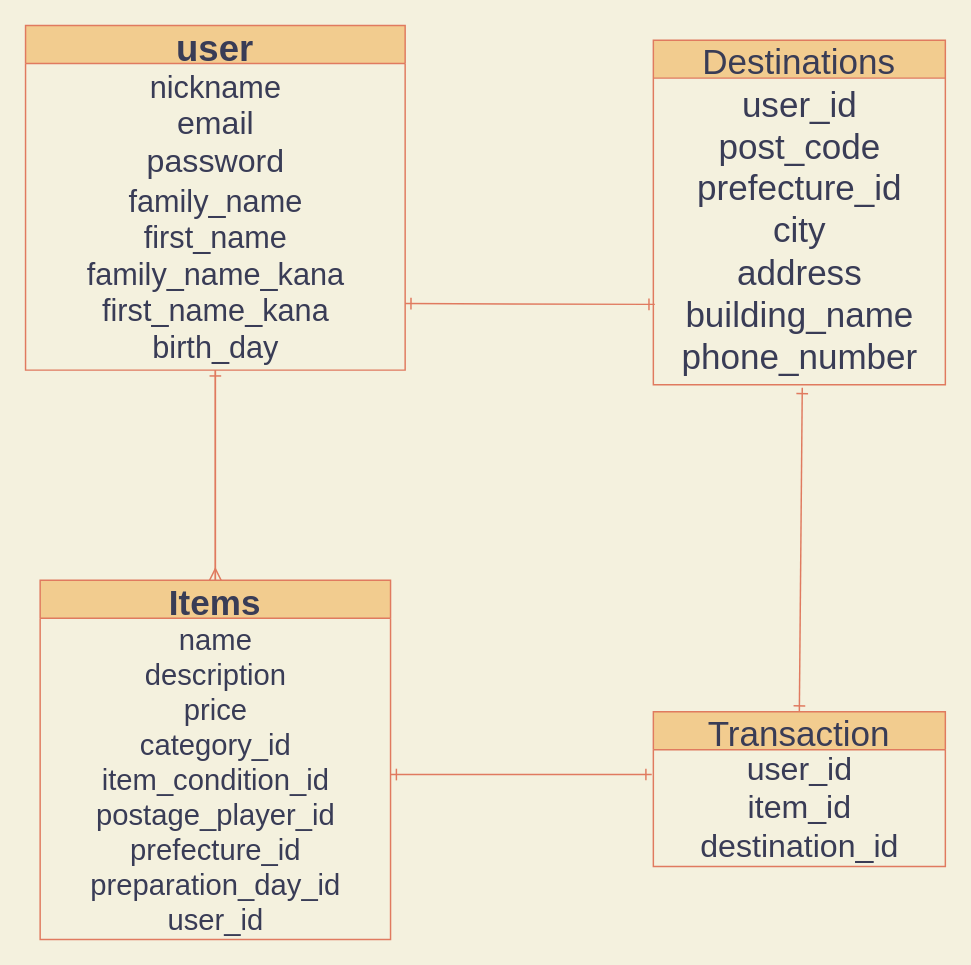
The draw.io diagram sample.dio in Ao-Ruki/furima-29378, before the edit. Source tidied: cells renumbered, new cells numbered last; positions are measured from the earlier drawing's top-left corner, leaving out a move shared by most shapes. Both pictures are drawn from the tidied source at 146%, with x=0, y=0 at pixel (25, 25).
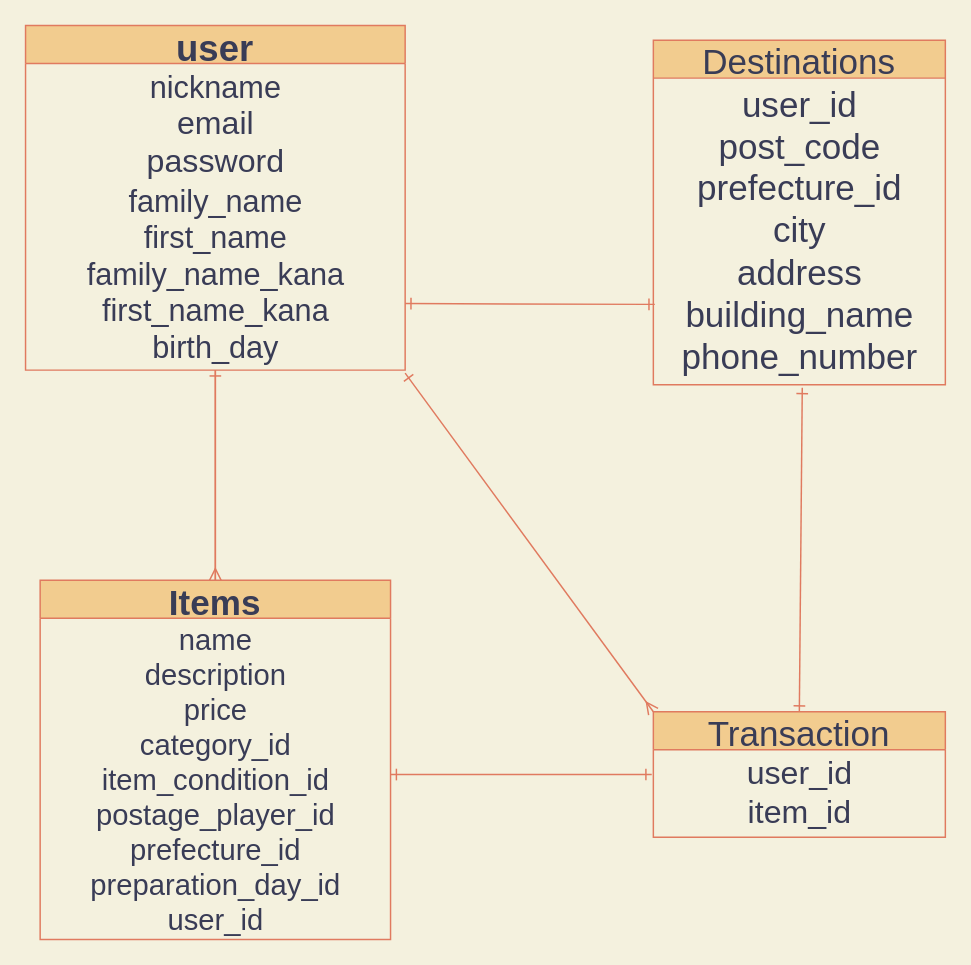
Above is the later version.

Commit message (it also covers changes not shown here):
ER図、README、テーブル修正3

What changed in the source:
```diff
@@
 <mxGraphModel background="#F4F1DE">
   <root>
     <mxCell id="0" />
     <mxCell id="1" parent="0" />
     <mxCell id="2" style="edgeStyle=orthogonalEdgeStyle;rounded=0;jettySize=auto;html=1;fontSize=24;endArrow=ERmany;endFill=0;entryX=0.5;entryY=0;entryDx=0;entryDy=0;labelBackgroundColor=#F4F1DE;strokeColor=#E07A5F;fontColor=#393C56;" parent="1" edge="1" source="3" target="6">
       <mxGeometry relative="1" as="geometry" />
     </mxCell>
     <mxCell id="3" value="user" style="swimlane;fontStyle=1;horizontal=1;startSize=26;align=center;fontSize=25;html=0;fillColor=#F2CC8F;strokeColor=#E07A5F;fontColor=#393C56;" parent="1" vertex="1">
       <mxGeometry width="260" height="236" as="geometry" />
     </mxCell>
     <mxCell id="4" value="nickname&lt;font&gt;&lt;br&gt;&lt;span style=&quot;font-size: 22px&quot;&gt;email&lt;/span&gt;&lt;font size=&quot;1&quot;&gt;&lt;br&gt;&lt;/font&gt;&lt;/font&gt;&lt;font style=&quot;font-size: 22px&quot;&gt;password&lt;/font&gt;&lt;br&gt;family_name&lt;br&gt;first_name&lt;br&gt;family_name_kana&lt;br&gt;first_name_kana&lt;br&gt;birth_day" style="text;html=1;align=center;verticalAlign=middle;points=[];fontSize=21;fontColor=#393C56;" parent="3" vertex="1">
       <mxGeometry y="26" width="260" height="210" as="geometry" />
     </mxCell>
     <mxCell id="5" style="edgeStyle=orthogonalEdgeStyle;rounded=0;jettySize=auto;html=1;exitX=0.5;exitY=0;exitDx=0;exitDy=0;entryX=0.5;entryY=1;entryDx=0;entryDy=0;entryPerimeter=0;endArrow=ERone;endFill=0;fontSize=24;labelBackgroundColor=#F4F1DE;strokeColor=#E07A5F;fontColor=#393C56;" parent="1" edge="1" source="6" target="4">
       <mxGeometry relative="1" as="geometry" />
     </mxCell>
     <mxCell id="6" value="Items" style="swimlane;fontStyle=1;horizontal=1;startSize=26;align=center;fontSize=24;html=0;fillColor=#F2CC8F;strokeColor=#E07A5F;fontColor=#393C56;" parent="1" vertex="1">
       <mxGeometry x="10" y="380" width="240" height="246" as="geometry" />
     </mxCell>
     <mxCell id="7" value="name&lt;br&gt;description&lt;br&gt;price&lt;br&gt;category_id&lt;br&gt;item_condition_id&lt;br&gt;postage_player_id&lt;br&gt;prefecture_id&lt;br&gt;preparation_day_id&lt;br&gt;user_id" style="text;html=1;align=center;verticalAlign=middle;fontSize=20;fontColor=#393C56;" parent="6" vertex="1">
       <mxGeometry y="26" width="240" height="220" as="geometry" />
     </mxCell>
     <mxCell id="8" style="endArrow=ERone;html=1;rounded=0;fontSize=24;endFill=0;labelBackgroundColor=#F4F1DE;strokeColor=#E07A5F;fontColor=#393C56;" parent="1" edge="1">
       <mxGeometry relative="1" as="geometry">
         <mxPoint x="260" y="160" as="sourcePoint" />
         <mxPoint x="260" y="160" as="targetPoint" />
       </mxGeometry>
     </mxCell>
     <mxCell id="9" style="fontSize=12;html=1;endArrow=ERone;startArrow=ERone;endFill=0;startFill=0;exitX=1;exitY=0.783;exitDx=0;exitDy=0;exitPerimeter=0;jumpStyle=none;jumpSize=8;targetPerimeterSpacing=2;sourcePerimeterSpacing=2;sketch=0;shadow=0;entryX=0.005;entryY=0.738;entryDx=0;entryDy=0;entryPerimeter=0;labelBackgroundColor=#F4F1DE;strokeColor=#E07A5F;fontColor=#393C56;" parent="1" edge="1" source="4" target="14">
       <mxGeometry relative="1" as="geometry" />
     </mxCell>
     <mxCell id="10" style="edgeStyle=entityRelationEdgeStyle;fontSize=12;html=1;endArrow=ERone;endFill=0;startArrow=ERone;startFill=0;entryX=-0.006;entryY=0.386;entryDx=0;entryDy=0;entryPerimeter=0;labelBackgroundColor=#F4F1DE;strokeColor=#E07A5F;fontColor=#393C56;" parent="1" edge="1">
       <mxGeometry relative="1" as="geometry">
         <mxPoint x="250" y="513" as="sourcePoint" />
         <mxPoint x="428.9" y="513" as="targetPoint" />
       </mxGeometry>
     </mxCell>
     <mxCell id="11" value="Transaction" style="swimlane;fontStyle=0;horizontal=1;startSize=26;align=center;fontSize=24;rounded=0;sketch=0;fillColor=#F2CC8F;strokeColor=#E07A5F;fontColor=#393C56;" parent="1" vertex="1">
-      <mxGeometry x="430" y="470" width="200" height="106" as="geometry" />
+      <mxGeometry x="430" y="470" width="200" height="86" as="geometry" />
     </mxCell>
-    <mxCell id="12" value="user_id&lt;br&gt;item_id&lt;br&gt;destination_id" style="text;html=1;align=center;verticalAlign=middle;fontSize=22;fontColor=#393C56;" parent="11" vertex="1">
-      <mxGeometry y="26" width="200" height="80" as="geometry" />
+    <mxCell id="12" value="user_id&lt;br&gt;item_id" style="text;html=1;align=center;verticalAlign=middle;fontSize=22;fontColor=#393C56;" parent="11" vertex="1">
+      <mxGeometry y="26" width="200" height="60" as="geometry" />
     </mxCell>
     <mxCell id="13" value="Destinations" style="swimlane;fontStyle=0;horizontal=1;startSize=26;align=center;fontSize=24;html=0;fillColor=#F2CC8F;strokeColor=#E07A5F;fontColor=#393C56;" parent="1" vertex="1">
       <mxGeometry x="430" y="10" width="200" height="236" as="geometry" />
     </mxCell>
     <mxCell id="14" value="user_id&lt;br&gt;post_code&lt;br&gt;prefecture_id&lt;br&gt;city&lt;br&gt;address&lt;br&gt;building_name&lt;br&gt;phone_number" style="text;html=1;align=center;verticalAlign=middle;points=[];fontSize=24;fontColor=#393C56;" parent="13" vertex="1">
       <mxGeometry y="26" width="200" height="210" as="geometry" />
     </mxCell>
     <mxCell id="15" style="fontSize=12;html=1;endArrow=ERone;startArrow=ERone;exitX=0.5;exitY=0;exitDx=0;exitDy=0;entryX=0.51;entryY=1.01;entryDx=0;entryDy=0;entryPerimeter=0;startFill=0;endFill=0;labelBackgroundColor=#F4F1DE;strokeColor=#E07A5F;fontColor=#393C56;" parent="1" edge="1" source="11" target="14">
       <mxGeometry relative="1" as="geometry" />
     </mxCell>
+    <mxCell id="16" style="fontSize=12;html=1;endArrow=ERmany;startArrow=ERone;strokeColor=#E07A5F;fillColor=#F2CC8F;entryX=0;entryY=0;entryDx=0;entryDy=0;exitX=1;exitY=1.01;exitDx=0;exitDy=0;exitPerimeter=0;endFill=0;startFill=0;" parent="1" edge="1" source="4" target="11">
+      <mxGeometry relative="1" as="geometry" />
+    </mxCell>
   </root>
 </mxGraphModel>
```
